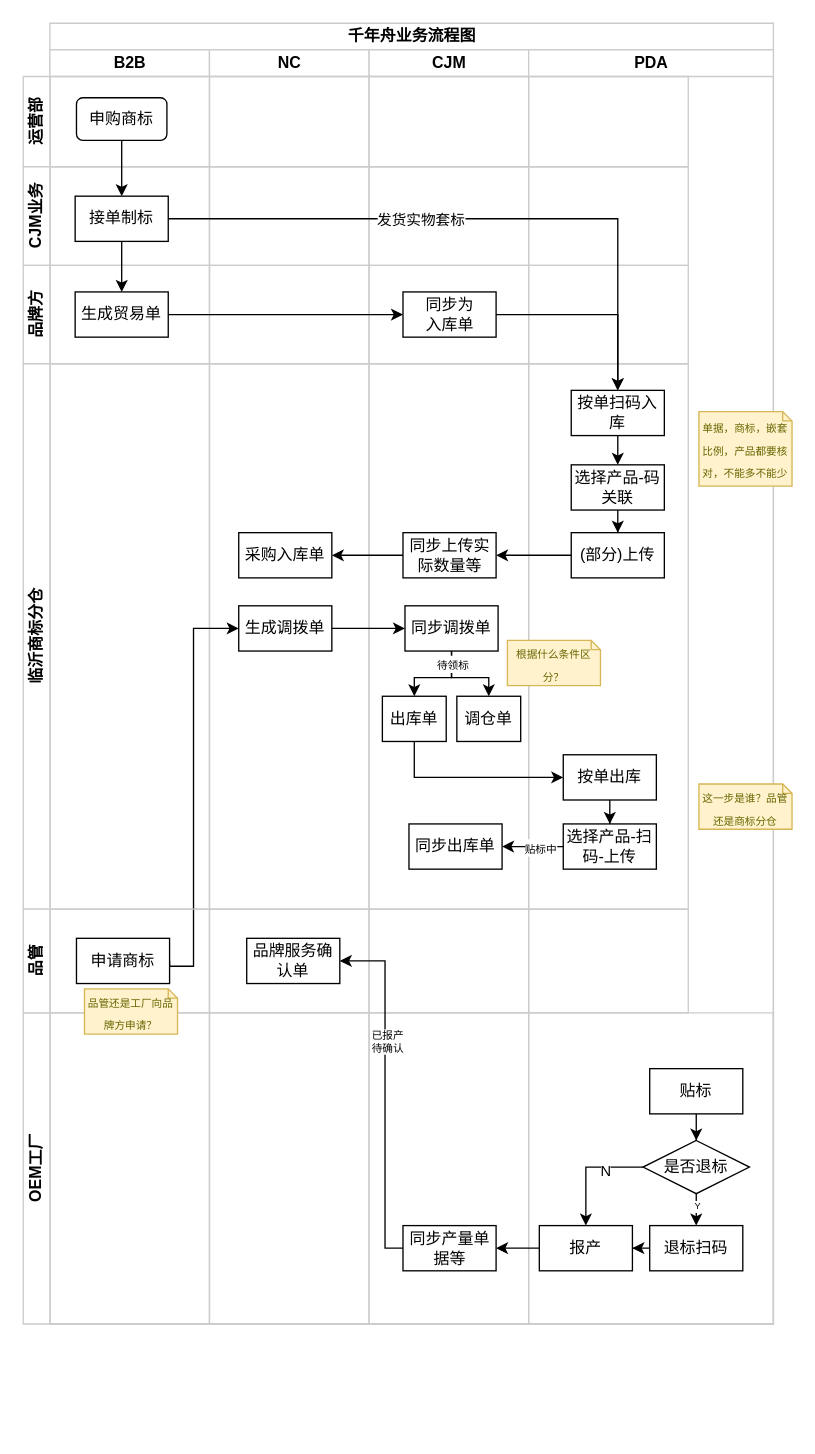
Before: 未命名绘图.drawio in wangjing0128/flow-chart, a draw.io diagram. Source tidied: cells renumbered, new cells numbered last; positions are measured from the earlier drawing's top-left corner, leaving out a move shared by most shapes. Both pictures are drawn from the tidied source at 133%, with x=0, y=0 at pixel (23, 23).
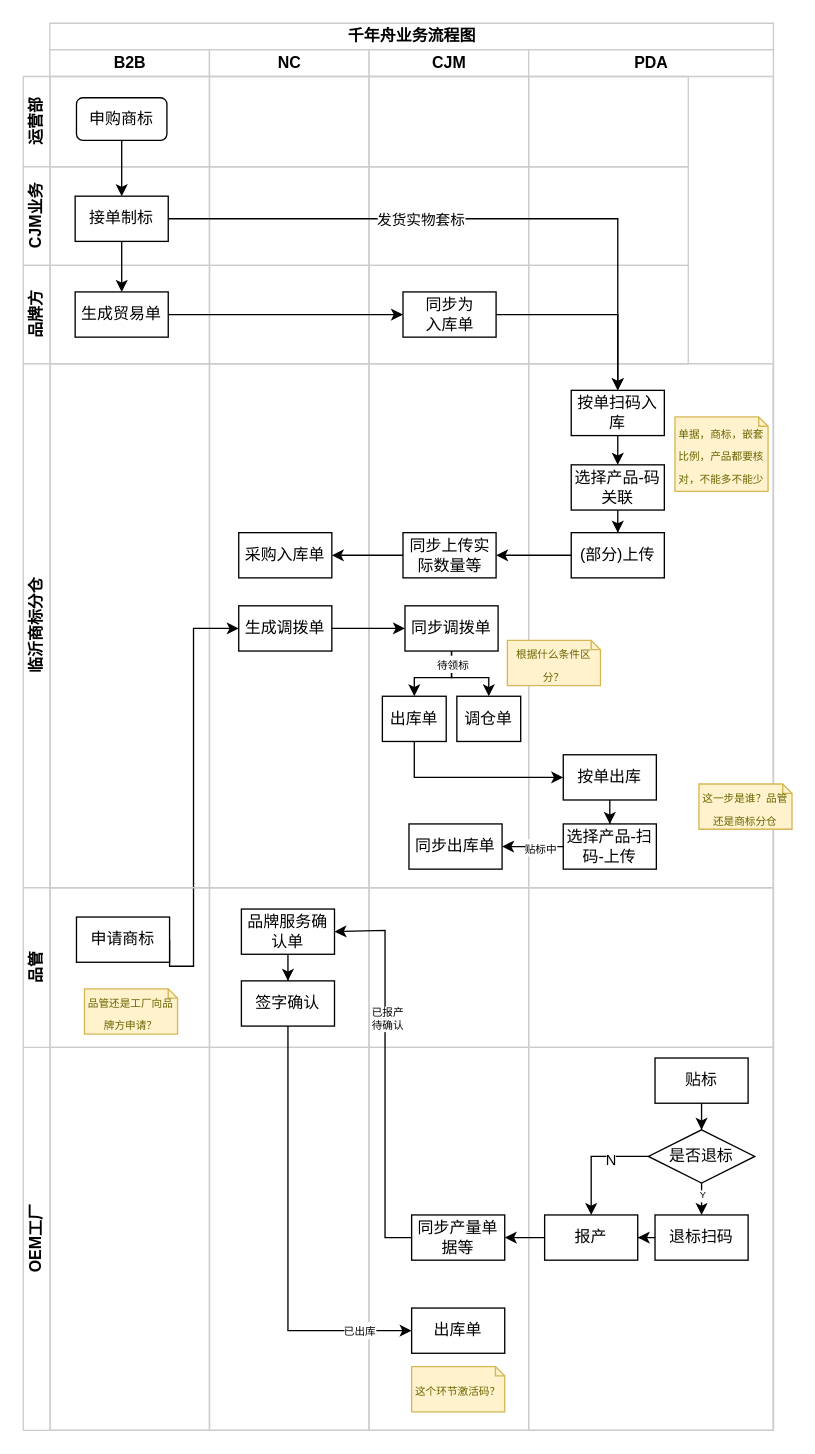
The same page after the edit.

Commit message:
更新未命名绘图.drawio

What changed in the source:
```diff
@@
     <mxCell id="2" value="千年舟业务流程图" style="swimlane;startSize=20;html=1;strokeColor=#CCCCCC;" parent="1" vertex="1">
-      <mxGeometry x="20" width="544" height="978" as="geometry" />
+      <mxGeometry x="20" width="544" height="1058" as="geometry" />
     </mxCell>
     <mxCell id="3" value="B2B" style="swimlane;startSize=20;html=1;strokeColor=#CCCCCC;" parent="2" vertex="1">
-      <mxGeometry y="20" width="120" height="958" as="geometry" />
+      <mxGeometry y="20" width="120" height="1038" as="geometry" />
     </mxCell>
     <mxCell id="4" value="NC" style="swimlane;startSize=20;html=1;strokeColor=#CCCCCC;" parent="2" vertex="1">
-      <mxGeometry x="120" y="20" width="120" height="958" as="geometry" />
+      <mxGeometry x="120" y="20" width="120" height="1038" as="geometry" />
     </mxCell>
     <mxCell id="5" value="CJM" style="swimlane;startSize=20;html=1;strokeColor=#CCCCCC;" parent="2" vertex="1">
-      <mxGeometry x="240" y="20" width="120" height="958" as="geometry" />
+      <mxGeometry x="240" y="20" width="120" height="1038" as="geometry" />
     </mxCell>
     <mxCell id="6" value="PDA" style="swimlane;startSize=20;html=1;strokeColor=#CCCCCC;" parent="2" vertex="1">
-      <mxGeometry x="360" y="20" width="184" height="958" as="geometry" />
+      <mxGeometry x="360" y="20" width="184" height="1038" as="geometry" />
     </mxCell>
@@
     <mxCell id="16" value="临沂商标分仓" style="swimlane;startSize=20;horizontal=0;html=1;whiteSpace=wrap;strokeColor=#CCCCCC;" parent="1" vertex="1">
-      <mxGeometry y="256" width="500" height="410" as="geometry" />
+      <mxGeometry y="256" width="564" height="394" as="geometry" />
     </mxCell>
@@
+    <mxCell id="47" value="&lt;font style=&quot;font-size: 8px;&quot;&gt;单据，商标，嵌套比例，产品都要核对，不能多不能少&lt;/font&gt;" style="shape=note;strokeWidth=1;fontSize=14;size=7;whiteSpace=wrap;html=1;fillColor=#fff2cc;strokeColor=#d6b656;fontColor=#666600;" parent="16" vertex="1">
+      <mxGeometry x="490" y="40" width="70" height="56" as="geometry" />
+    </mxCell>
@@
-    <mxCell id="47" value="&lt;font style=&quot;font-size: 8px;&quot;&gt;单据，商标，嵌套比例，产品都要核对，不能多不能少&lt;/font&gt;" style="shape=note;strokeWidth=1;fontSize=14;size=7;whiteSpace=wrap;html=1;fillColor=#fff2cc;strokeColor=#d6b656;fontColor=#666600;" parent="1" vertex="1">
-      <mxGeometry x="508" y="292" width="70" height="56" as="geometry" />
-    </mxCell>
     <mxCell id="48" value="OEM工厂" style="swimlane;startSize=20;horizontal=0;html=1;whiteSpace=wrap;strokeColor=#CCCCCC;" parent="1" vertex="1">
-      <mxGeometry y="744" width="564" height="234" as="geometry" />
+      <mxGeometry y="770" width="564" height="288" as="geometry" />
     </mxCell>
@@
     <mxCell id="50" value="贴标" style="rounded=0;whiteSpace=wrap;html=1;" parent="48" vertex="1">
-      <mxGeometry x="471" y="42" width="70" height="34" as="geometry" />
+      <mxGeometry x="475" y="8" width="70" height="34" as="geometry" />
     </mxCell>
@@
     <mxCell id="55" value="是否退标" style="rhombus;whiteSpace=wrap;html=1;" parent="48" vertex="1">
-      <mxGeometry x="466" y="96" width="80" height="40" as="geometry" />
+      <mxGeometry x="470" y="62" width="80" height="40" as="geometry" />
     </mxCell>
@@
     <mxCell id="57" value="退标扫码" style="rounded=0;whiteSpace=wrap;html=1;" parent="48" vertex="1">
-      <mxGeometry x="471" y="160" width="70" height="34" as="geometry" />
+      <mxGeometry x="475" y="126" width="70" height="34" as="geometry" />
     </mxCell>
@@
     <mxCell id="59" value="报产" style="rounded=0;whiteSpace=wrap;html=1;" parent="48" vertex="1">
-      <mxGeometry x="388" y="160" width="70" height="34" as="geometry" />
+      <mxGeometry x="392" y="126" width="70" height="34" as="geometry" />
     </mxCell>
     <mxCell id="60" value="同步产量单据等" style="rounded=0;whiteSpace=wrap;html=1;" parent="48" vertex="1">
-      <mxGeometry x="285.5" y="160" width="70" height="34" as="geometry" />
+      <mxGeometry x="292" y="126" width="70" height="34" as="geometry" />
     </mxCell>
+    <mxCell id="69" value="出库单" style="rounded=0;whiteSpace=wrap;html=1;" parent="48" vertex="1">
+      <mxGeometry x="292" y="196" width="70" height="34" as="geometry" />
+    </mxCell>
+    <mxCell id="70" value="&lt;span style=&quot;font-size: 8px;&quot;&gt;这个环节激活码？&lt;/span&gt;" style="shape=note;strokeWidth=1;fontSize=14;size=7;whiteSpace=wrap;html=1;fillColor=#fff2cc;strokeColor=#d6b656;fontColor=#666600;" parent="48" vertex="1">
+      <mxGeometry x="292" y="240" width="70" height="34" as="geometry" />
+    </mxCell>
@@
     <mxCell id="62" value="品管" style="swimlane;startSize=20;horizontal=0;html=1;whiteSpace=wrap;strokeColor=#CCCCCC;" parent="1" vertex="1">
-      <mxGeometry y="666" width="500" height="78" as="geometry" />
+      <mxGeometry y="650" width="564" height="120" as="geometry" />
     </mxCell>
@@
+    <mxCell id="71" style="edgeStyle=orthogonalEdgeStyle;rounded=0;jettySize=auto;html=1;exitX=0.5;exitY=1;exitDx=0;exitDy=0;" parent="62" edge="1" source="64" target="72">
+      <mxGeometry relative="1" as="geometry" />
+    </mxCell>
     <mxCell id="64" value="品牌服务确认单" style="rounded=0;whiteSpace=wrap;html=1;" parent="62" vertex="1">
-      <mxGeometry x="168" y="22" width="70" height="34" as="geometry" />
+      <mxGeometry x="164" y="16" width="70" height="34" as="geometry" />
     </mxCell>
+    <mxCell id="72" value="签字确认" style="rounded=0;whiteSpace=wrap;html=1;" parent="62" vertex="1">
+      <mxGeometry x="164" y="70" width="70" height="34" as="geometry" />
+    </mxCell>
@@
-    <mxCell id="67" style="edgeStyle=orthogonalEdgeStyle;rounded=0;jettySize=auto;html=1;entryX=1;entryY=0.5;entryDx=0;entryDy=0;" parent="1" edge="1" source="60" target="64">
+    <mxCell id="67" style="edgeStyle=orthogonalEdgeStyle;rounded=0;jettySize=auto;html=1;entryX=1;entryY=0.5;entryDx=0;entryDy=0;exitX=0;exitY=0.5;exitDx=0;exitDy=0;" parent="1" edge="1" source="60" target="64">
       <mxGeometry relative="1" as="geometry">
         <Array as="points">
-          <mxPoint x="272" y="921" />
-          <mxPoint x="272" y="705" />
+          <mxPoint x="272" y="913" />
+          <mxPoint x="272" y="682" />
+          <mxPoint x="234" y="682" />
         </Array>
       </mxGeometry>
     </mxCell>
@@
+    <mxCell id="73" style="edgeStyle=orthogonalEdgeStyle;rounded=0;jettySize=auto;html=1;exitX=0.5;exitY=1;exitDx=0;exitDy=0;entryX=0;entryY=0.5;entryDx=0;entryDy=0;" parent="1" edge="1" source="72" target="69">
+      <mxGeometry relative="1" as="geometry" />
+    </mxCell>
+    <mxCell id="74" value="&lt;font style=&quot;font-size: 8px;&quot;&gt;已出库&lt;/font&gt;" style="edgeLabel;html=1;align=center;verticalAlign=middle;" parent="73" vertex="1">
+      <mxGeometry x="0.75" y="1" relative="1" as="geometry" />
+    </mxCell>
```
